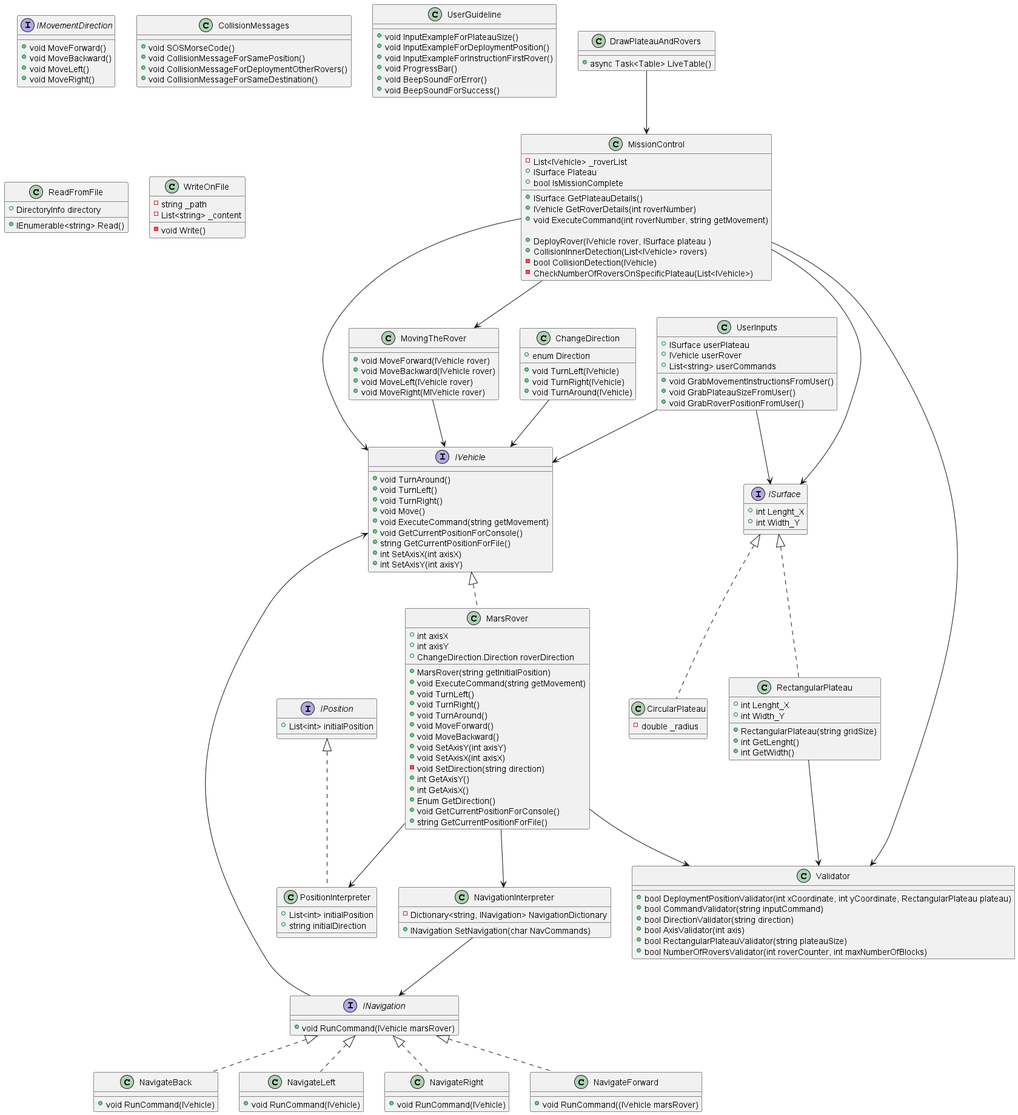
Before: Mars-Rover-Project/UML-Diagram/MarsRover_Kata_UML.png, a diagram exported from PlantUML (vahidkianfar/Mars-Rover-Project).
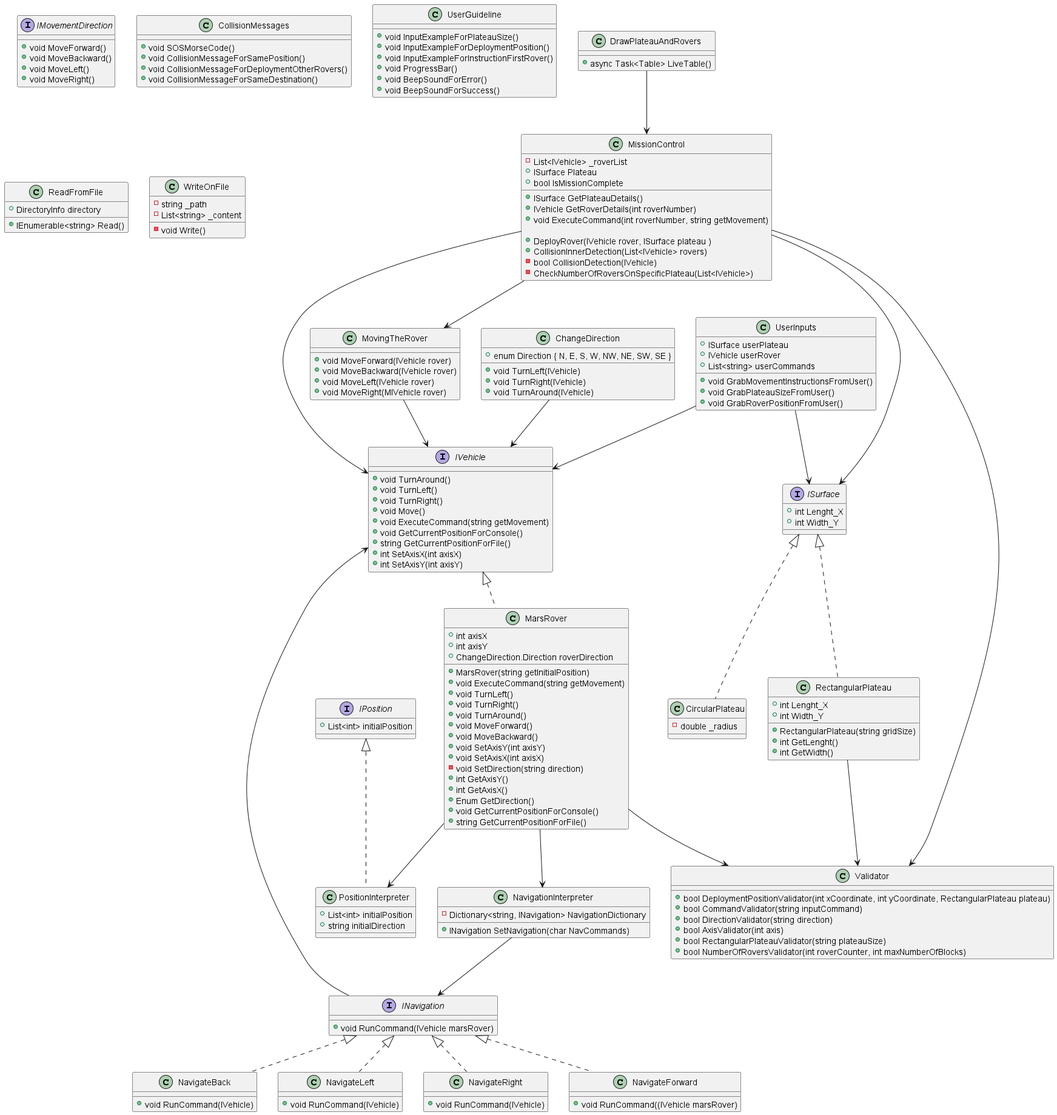
The same diagram one commit later.

The edit, as a diff of the source:
```diff
@@ -118,7 +118,7 @@
 }
 class ChangeDirection
 {
-+ enum Direction
++ enum Direction { N, E, S, W, NW, NE, SW, SE }
 + void TurnLeft(IVehicle)
 + void TurnRight(IVehicle)
 + void TurnAround(IVehicle)
```
